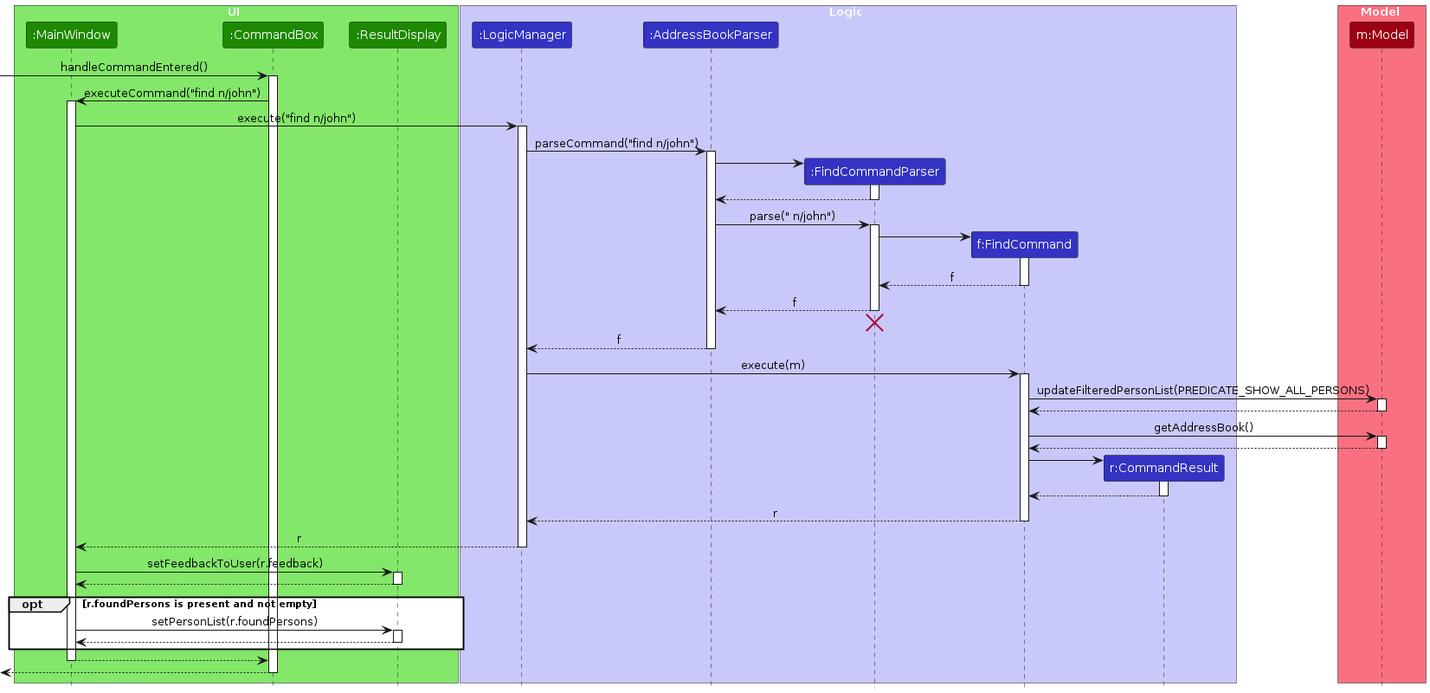
Before: diagrams/UiFindSequenceDiagram.png, a diagram exported from PlantUML (AY2526S2-CS2103T-T15-3/tp). Its source is kept beside it as diagrams/UiFindSequenceDiagram.puml.
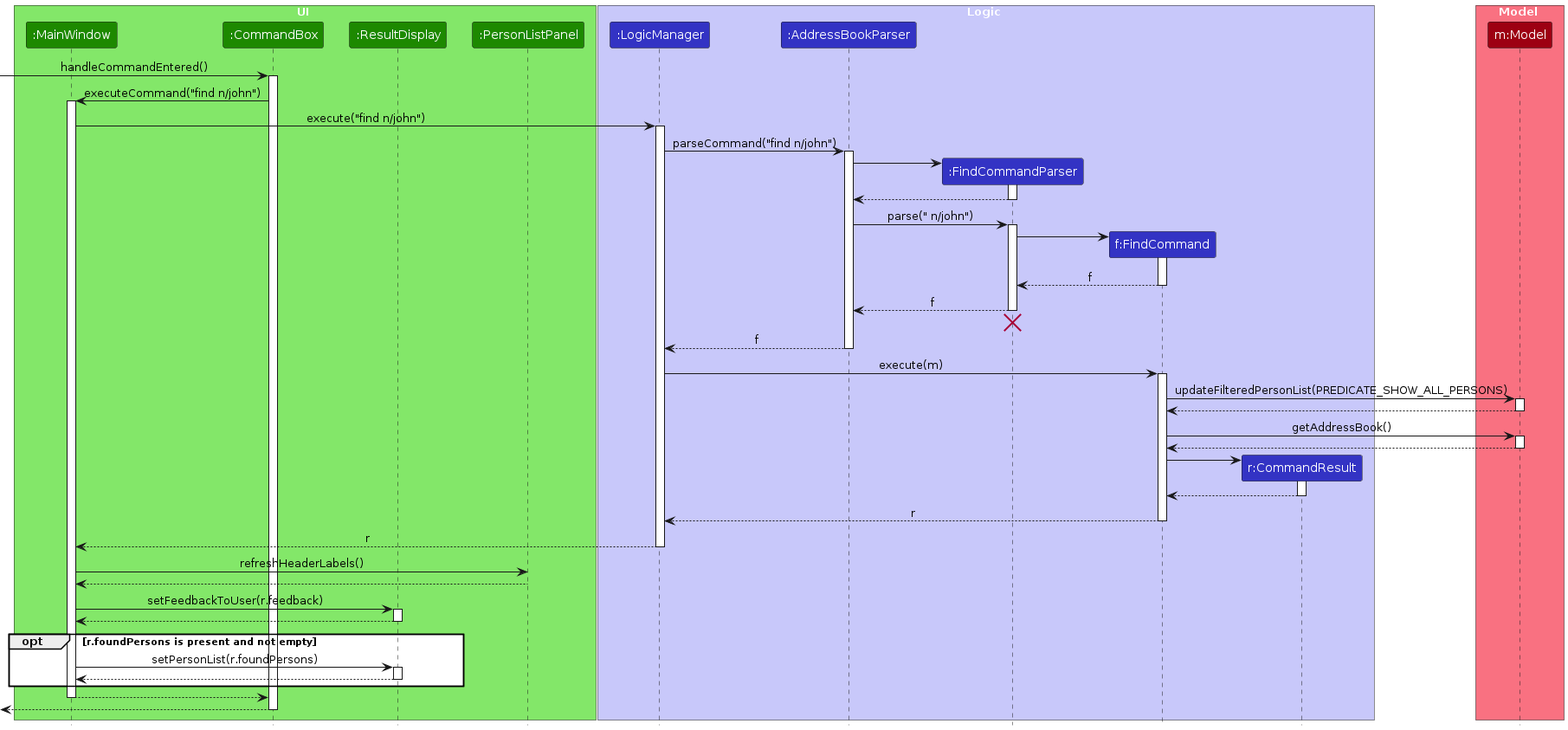
The same file after the commit.

What changed in the source:
```diff
@@ -6,6 +6,7 @@
 participant ":MainWindow" as MainWindow UI_COLOR
 participant ":CommandBox" as CommandBox UI_COLOR
 participant ":ResultDisplay" as ResultDisplay UI_COLOR
+participant ":PersonListPanel" as PersonListPanel UI_COLOR
 end box
 
 box Logic LOGIC_COLOR_T1
@@ -85,6 +86,9 @@
 LogicManager --> MainWindow : r
 deactivate LogicManager
 
+MainWindow -> PersonListPanel : refreshHeaderLabels()
+PersonListPanel --> MainWindow
+
 MainWindow -> ResultDisplay : setFeedbackToUser(r.feedback)
 activate ResultDisplay
 ResultDisplay --> MainWindow
```
